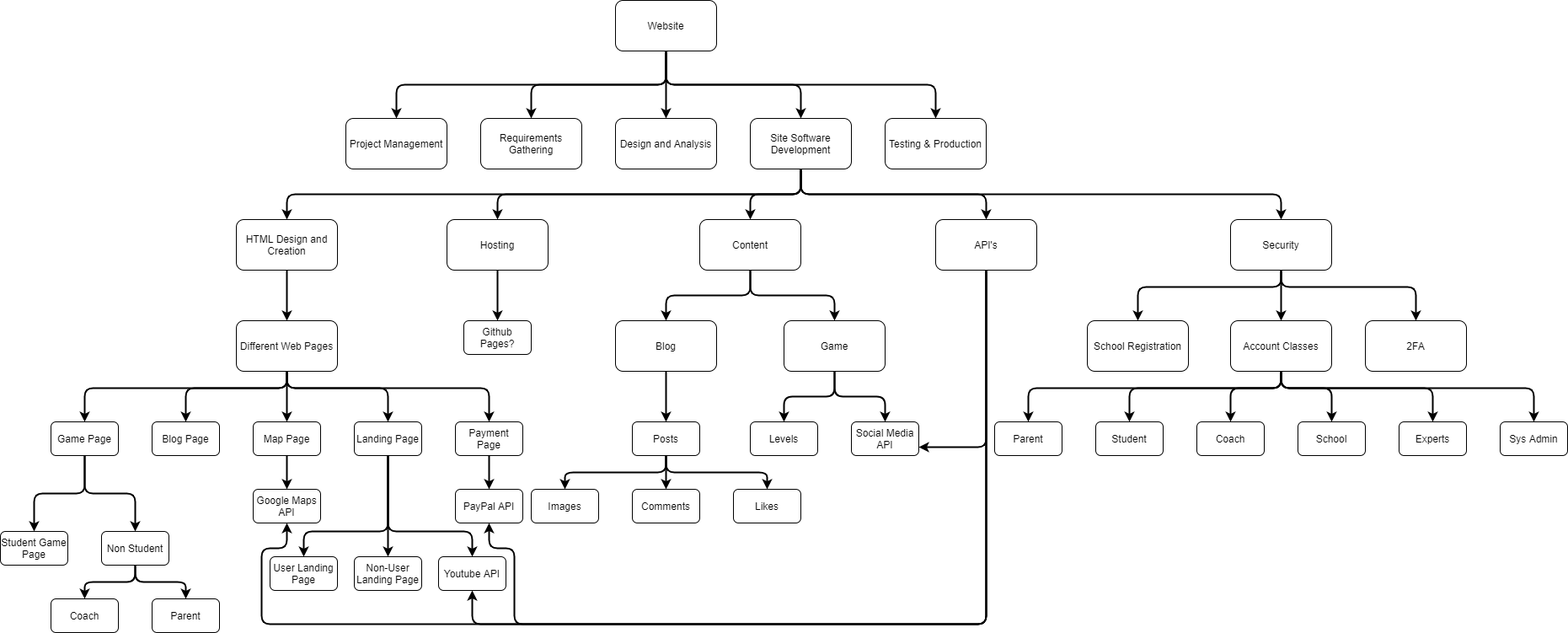
Earlier version of the draw.io export Deliverables/Week_5/Work Breakdown Structure.png (Hanandrof/Group-3-Repository). Source tidied: cells renumbered, new cells last; positions are measured from the earlier drawing's top-left corner, leaving out a move shared by most shapes.
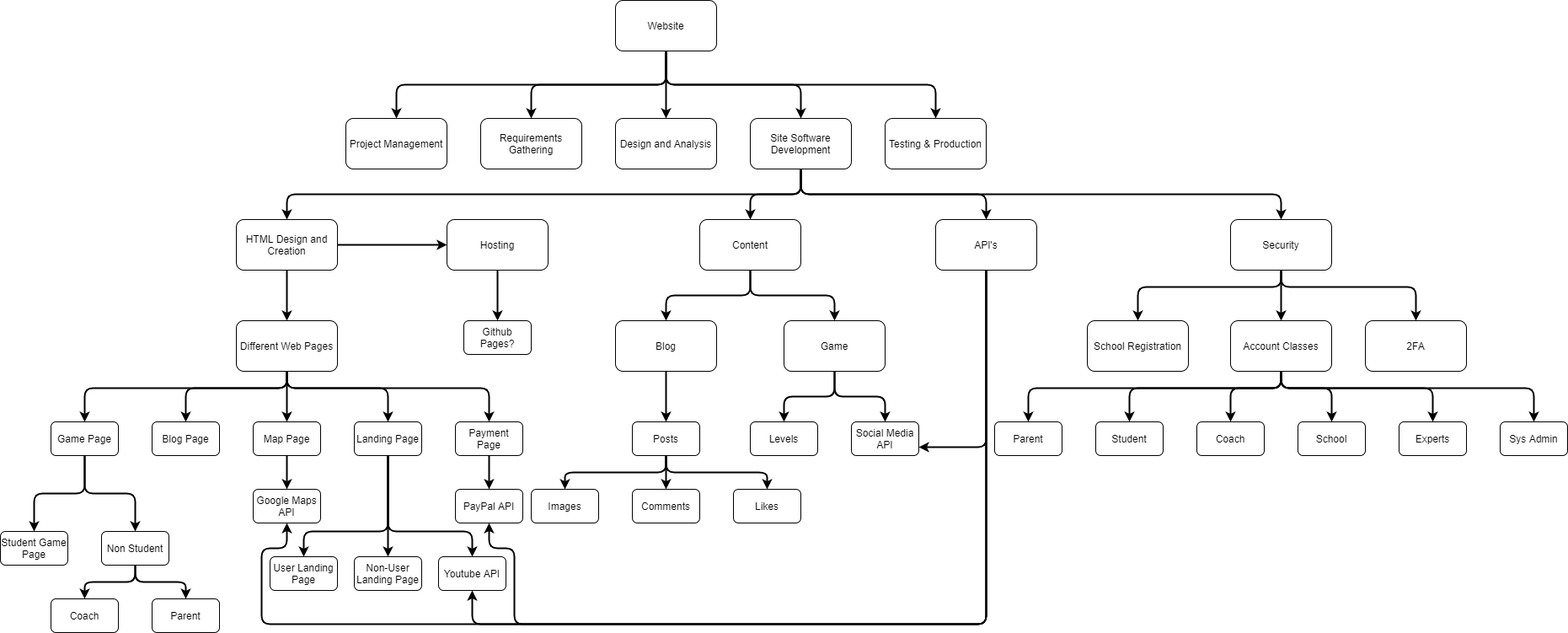
After the commit.

What changed in the source:
```diff
@@ -287,14 +287,6 @@
         </Array>
       </mxGeometry>
     </mxCell>
-    <mxCell id="62" style="edgeStyle=orthogonalEdgeStyle;rounded=1;jettySize=auto;html=1;strokeWidth=2;" parent="1" edge="1" source="63" target="16">
-      <mxGeometry relative="1" as="geometry">
-        <Array as="points">
-          <mxPoint x="950" y="230" />
-          <mxPoint x="590" y="230" />
-        </Array>
-      </mxGeometry>
-    </mxCell>
     <mxCell id="63" value="Site Software Development" style="rounded=1;whiteSpace=wrap;html=1;" parent="1" vertex="1">
       <mxGeometry x="890" y="140" width="120" height="60" as="geometry" />
     </mxCell>
@@ -304,6 +296,9 @@
     <mxCell id="65" style="edgeStyle=orthogonalEdgeStyle;rounded=1;jettySize=auto;html=1;strokeWidth=2;" parent="1" edge="1" source="66" target="22">
       <mxGeometry relative="1" as="geometry" />
     </mxCell>
+    <mxCell id="93" style="edgeStyle=orthogonalEdgeStyle;rounded=1;jettySize=auto;html=1;entryX=0;entryY=0.5;entryDx=0;entryDy=0;strokeWidth=2;" parent="1" edge="1" source="66" target="16">
+      <mxGeometry relative="1" as="geometry" />
+    </mxCell>
     <mxCell id="66" value="HTML Design and Creation" style="rounded=1;whiteSpace=wrap;html=1;" parent="1" vertex="1">
       <mxGeometry x="280" y="260" width="120" height="60" as="geometry" />
     </mxCell>
```
